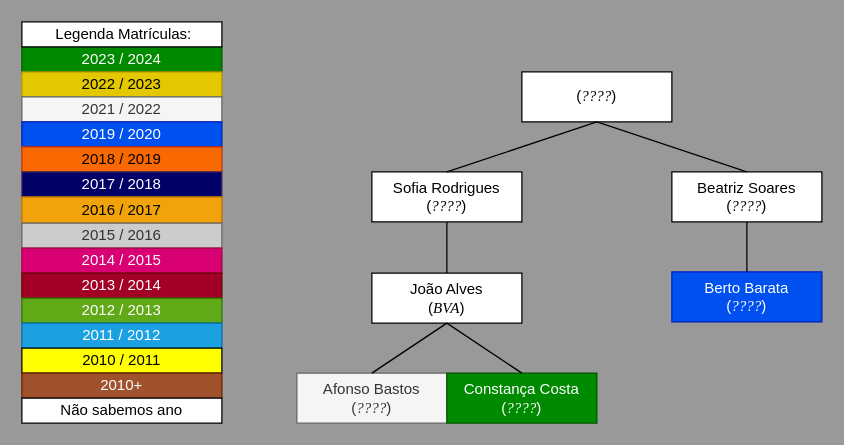
Above: Draw.io/Familia_da_Sofia_Rodrigues.drawio in pdmtmr/PDMTMRTESTLOCATION-AKA-ARBUSTO (draw.io), before the change. Source tidied: cells renumbered, new cells numbered last; positions are measured from the earlier drawing's top-left corner, leaving out a move shared by most shapes. Both pictures are drawn from the tidied source at 125%, with x=0, y=0 at pixel (21, 21).
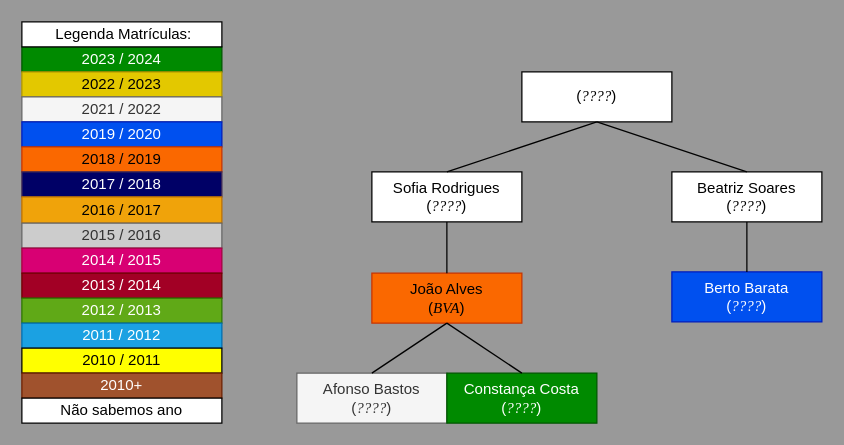
The same diagram, later.

Change to the diagram source:
```diff
@@
-    <mxCell id="19" value="&lt;div&gt;&lt;span style=&quot;background-color: initial;&quot;&gt;João Alves&lt;/span&gt;&lt;/div&gt;&lt;div&gt;&lt;span style=&quot;background-color: initial;&quot;&gt;(&lt;font face=&quot;Times New Roman&quot;&gt;&lt;i&gt;BVA&lt;/i&gt;&lt;/font&gt;&lt;/span&gt;&lt;span style=&quot;background-color: initial;&quot;&gt;)&lt;/span&gt;&lt;/div&gt;" style="rounded=0;whiteSpace=wrap;html=1;" parent="1" vertex="1">
+    <mxCell id="19" value="&lt;div&gt;&lt;span style=&quot;background-color: initial;&quot;&gt;João Alves&lt;/span&gt;&lt;/div&gt;&lt;div&gt;&lt;span style=&quot;background-color: initial;&quot;&gt;(&lt;font face=&quot;Times New Roman&quot;&gt;&lt;i&gt;BVA&lt;/i&gt;&lt;/font&gt;&lt;/span&gt;&lt;span style=&quot;background-color: initial;&quot;&gt;)&lt;/span&gt;&lt;/div&gt;" style="rounded=0;whiteSpace=wrap;html=1;fillColor=#fa6800;fontColor=#000000;strokeColor=#C73500;" parent="1" vertex="1">
       <mxGeometry x="280" y="201" width="120" height="40" as="geometry" />
     </mxCell>
```
